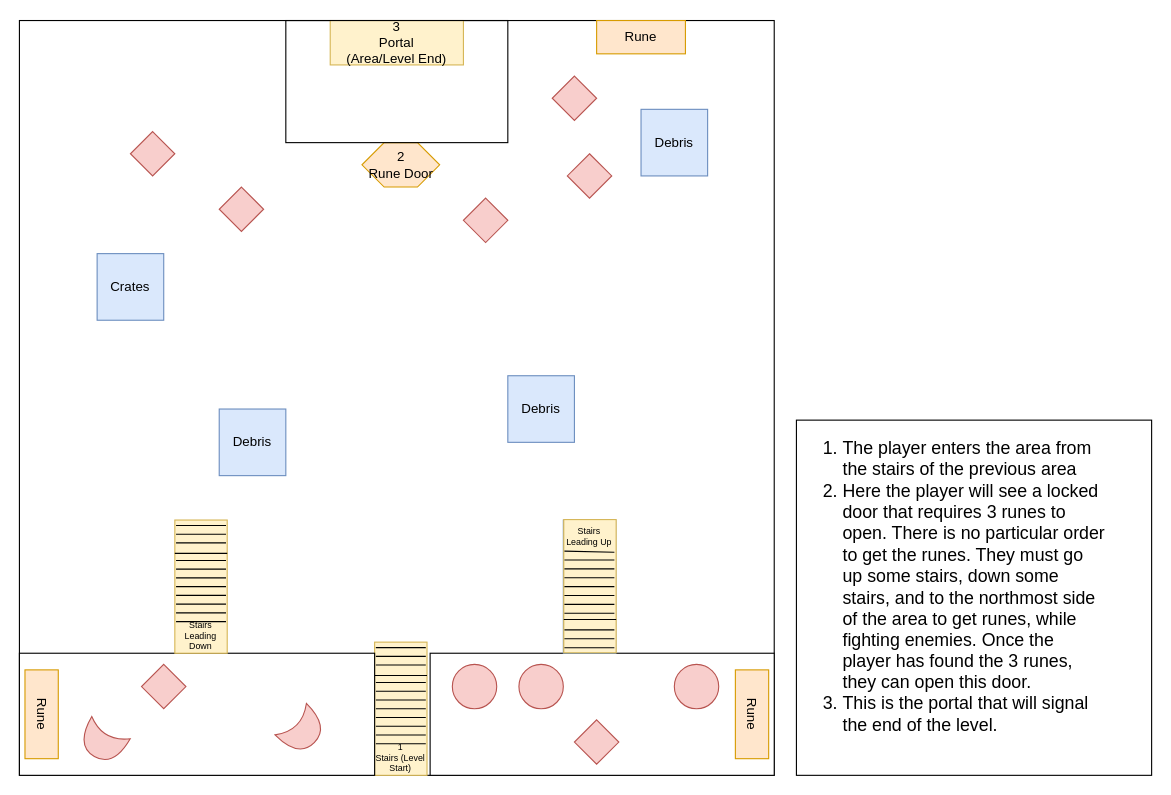
Sebp23/corrupt-realm-project keeps this draw.io diagram as images/TopdownMaps/AreaSevenTopdown.drawio. Above is the earlier version. Source tidied: cells renumbered, new cells numbered last; positions are measured from the earlier drawing's top-left corner, leaving out a move shared by most shapes. Both pictures are drawn from the tidied source at 111%, with x=0, y=0 at pixel (-3, 20).
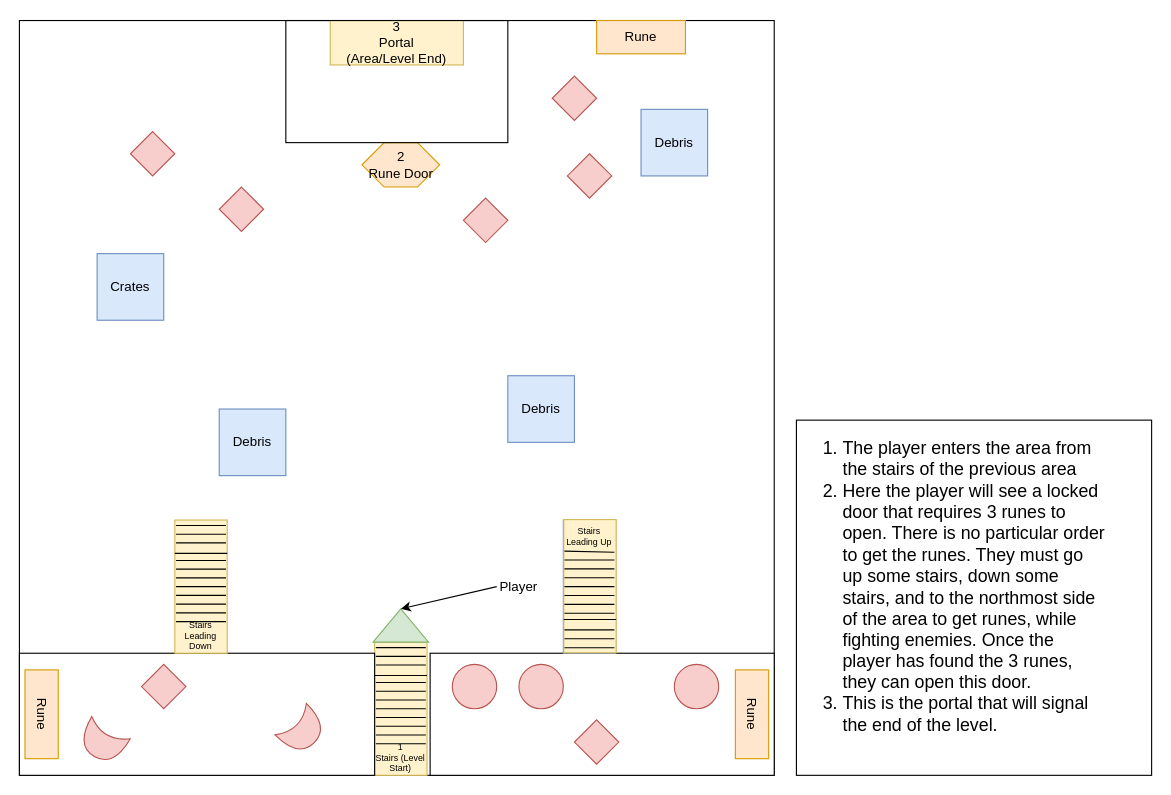
After the change.

The edit, as a diff of the source:
```diff
@@
+    <mxCell id="74" style="triangle;whiteSpace=wrap;html=1;fillColor=#d5e8d4;strokeColor=#82b366;rotation=-90;" parent="1" vertex="1">
+      <mxGeometry x="348.6" y="520" width="30" height="50" as="geometry" />
+    </mxCell>
+    <mxCell id="75" style="endArrow=classic;html=1;entryX=1;entryY=0.5;entryDx=0;entryDy=0;exitX=0;exitY=0.5;exitDx=0;exitDy=0;" parent="1" edge="1" source="76" target="74">
+      <mxGeometry relative="1" as="geometry" />
+    </mxCell>
+    <mxCell id="76" value="Player" style="text;html=1;strokeColor=none;fillColor=none;align=center;verticalAlign=middle;whiteSpace=wrap;rounded=0;" parent="1" vertex="1">
+      <mxGeometry x="450" y="500" width="40" height="20" as="geometry" />
+    </mxCell>
```
